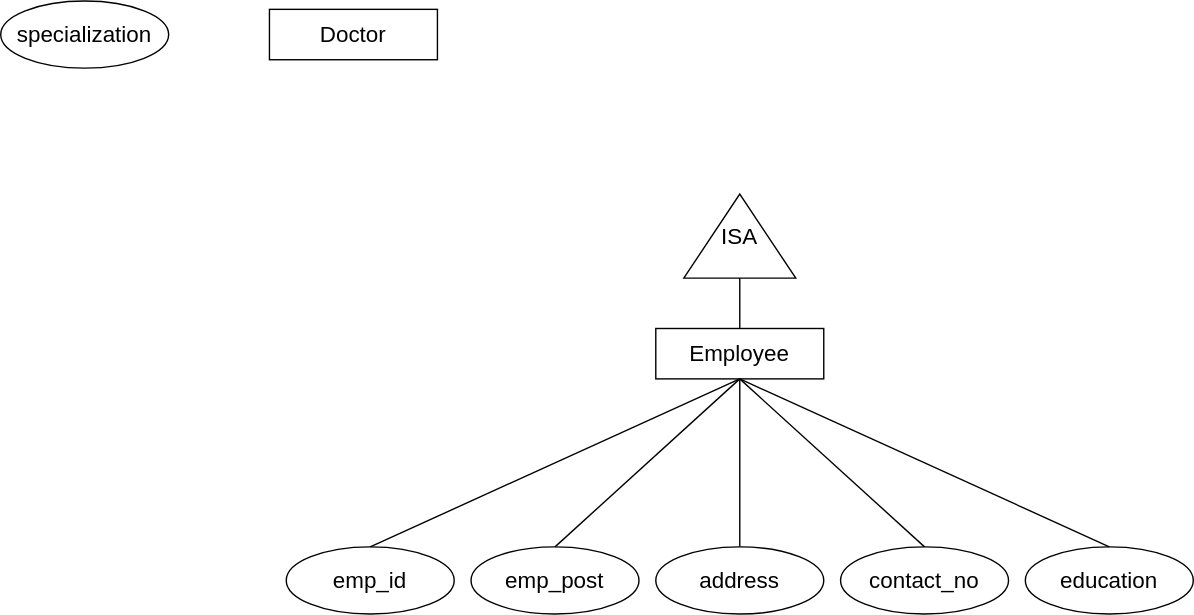
listout/drawio_digs keeps this draw.io diagram as er_dig_hospital_mgm_26_09_2020.svg. Above is the earlier version. Source tidied: cells renumbered, new cells last; positions are measured from the earlier drawing's top-left corner, leaving out a move shared by most shapes.
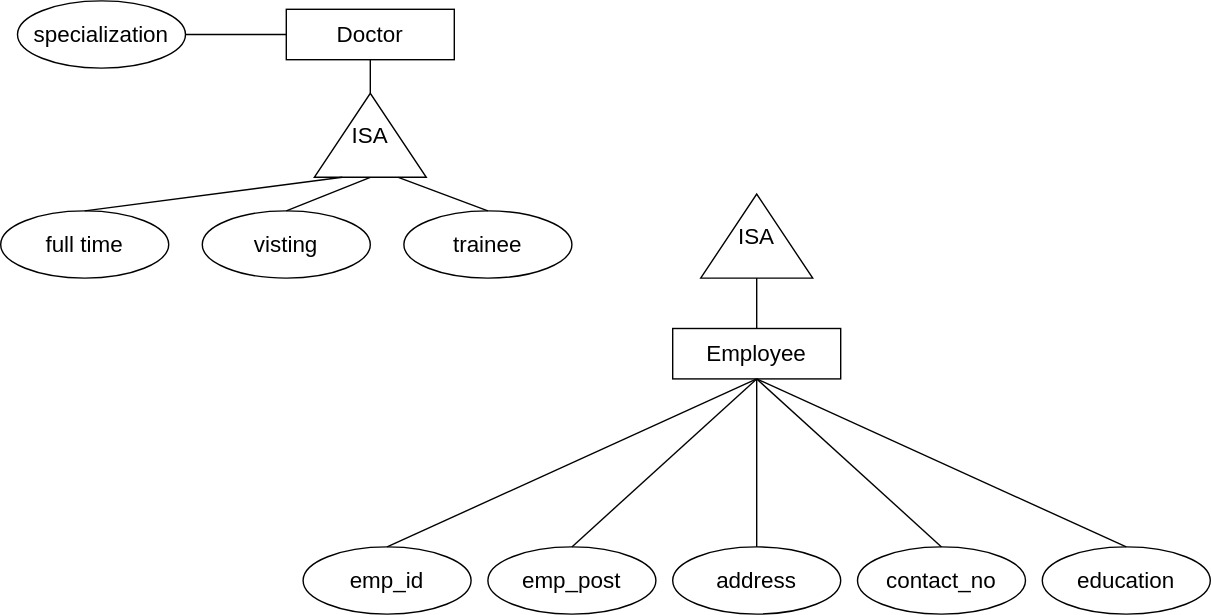
Above is the later version.

The edit, as a diff of the source:
```diff
@@ -47,5 +47,34 @@
     <mxCell id="16" style="endArrow=none;html=1;fontSize=16;entryX=0;entryY=0.5;entryDx=0;entryDy=0;exitX=0.5;exitY=0;exitDx=0;exitDy=0;" parent="1" edge="1" source="2" target="13">
       <mxGeometry relative="1" as="geometry" />
     </mxCell>
+    <mxCell id="17" style="endArrow=none;html=1;fontSize=16;entryX=0;entryY=0.5;entryDx=0;entryDy=0;exitX=1;exitY=0.5;exitDx=0;exitDy=0;" parent="1" edge="1" source="15" target="14">
+      <mxGeometry relative="1" as="geometry" />
+    </mxCell>
+    <mxCell id="18" value="ISA" style="triangle;whiteSpace=wrap;html=1;fontSize=16;direction=north;" parent="1" vertex="1">
+      <mxGeometry x="212" y="66" width="80" height="60" as="geometry" />
+    </mxCell>
+    <mxCell id="19" value="full time" style="ellipse;whiteSpace=wrap;html=1;fontSize=16;" parent="1" vertex="1">
+      <mxGeometry x="-12" y="150" width="120" height="48" as="geometry" />
+    </mxCell>
+    <mxCell id="20" value="visting" style="ellipse;whiteSpace=wrap;html=1;fontSize=16;" parent="1" vertex="1">
+      <mxGeometry x="132" y="150" width="120" height="48" as="geometry" />
+    </mxCell>
+    <mxCell id="21" value="trainee" style="ellipse;whiteSpace=wrap;html=1;fontSize=16;" parent="1" vertex="1">
+      <mxGeometry x="276" y="150" width="120" height="48" as="geometry" />
+    </mxCell>
+    <mxCell id="22" style="endArrow=none;html=1;fontSize=16;exitX=1;exitY=0.5;exitDx=0;exitDy=0;" parent="1" edge="1" source="18">
+      <mxGeometry relative="1" as="geometry">
+        <mxPoint x="252" y="42" as="targetPoint" />
+      </mxGeometry>
+    </mxCell>
+    <mxCell id="23" style="endArrow=none;html=1;fontSize=16;entryX=0.5;entryY=0;entryDx=0;entryDy=0;exitX=0;exitY=0.25;exitDx=0;exitDy=0;" parent="1" edge="1" source="18" target="19">
+      <mxGeometry relative="1" as="geometry" />
+    </mxCell>
+    <mxCell id="24" style="endArrow=none;html=1;fontSize=16;entryX=0;entryY=0.5;entryDx=0;entryDy=0;exitX=0.5;exitY=0;exitDx=0;exitDy=0;" parent="1" edge="1" source="20" target="18">
+      <mxGeometry relative="1" as="geometry" />
+    </mxCell>
+    <mxCell id="25" style="endArrow=none;html=1;fontSize=16;entryX=0;entryY=0.75;entryDx=0;entryDy=0;exitX=0.5;exitY=0;exitDx=0;exitDy=0;" parent="1" edge="1" source="21" target="18">
+      <mxGeometry relative="1" as="geometry" />
+    </mxCell>
   </root>
 </mxGraphModel>
```
